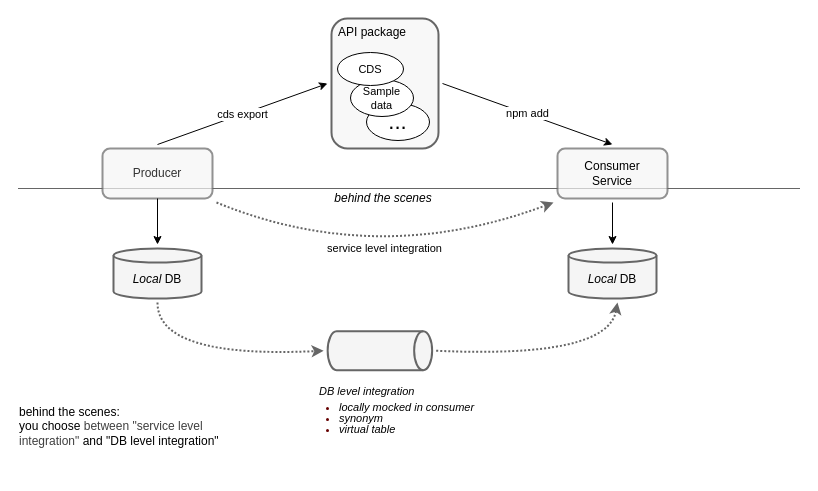
Earlier version of the draw.io diagram assets/images/i_0010.drawio (SAP-samples/teched2025-AD161). Source tidied: cells renumbered, new cells numbered last; positions are measured from the earlier drawing's top-left corner, leaving out a move shared by most shapes. Both pictures are drawn from the tidied source at 100%, with x=0, y=0 at pixel (17, 18).
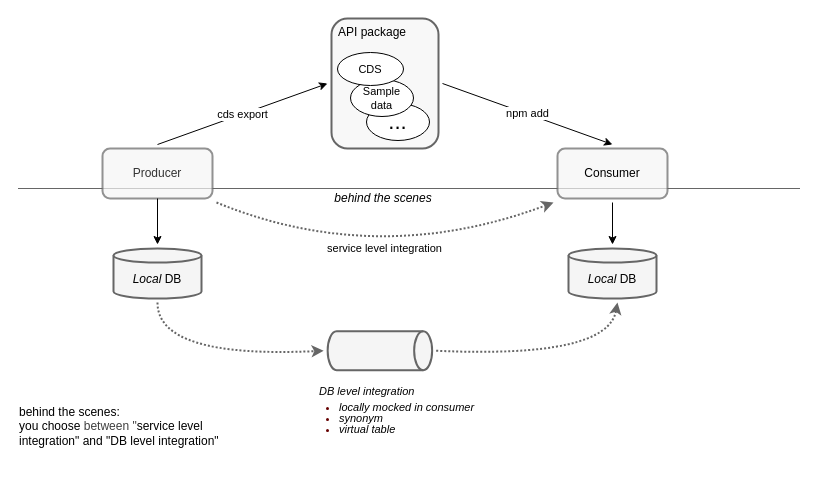
The same diagram, later.

What changed in the source:
```diff
@@
-    <mxCell id="5" value="Consumer&lt;br&gt;Service" style="rounded=1;whiteSpace=wrap;html=1;strokeWidth=2;perimeterSpacing=4;fillColor=light-dark(#f5f5f5, #512d2b);strokeColor=light-dark(#666666, #446e2c);opacity=70;" parent="1" vertex="1">
+    <mxCell id="5" value="Consumer" style="rounded=1;whiteSpace=wrap;html=1;strokeWidth=2;perimeterSpacing=4;fillColor=light-dark(#f5f5f5, #512d2b);strokeColor=light-dark(#666666, #446e2c);opacity=70;" parent="1" vertex="1">
       <mxGeometry x="540" y="130" width="110" height="50" as="geometry" />
     </mxCell>
@@
-    <mxCell id="22" value="&lt;span style=&quot;font-style: normal;&quot;&gt;behind the scenes:&lt;/span&gt;&lt;div&gt;&lt;span style=&quot;font-style: normal;&quot;&gt;you choose&amp;nbsp;&lt;/span&gt;&lt;span style=&quot;color: rgb(63, 63, 63); font-style: normal; background-color: transparent;&quot;&gt;between&amp;nbsp;&lt;/span&gt;&lt;span style=&quot;font-style: normal; background-color: transparent; color: rgb(63, 63, 63);&quot;&gt;&quot;service level integration&quot;&amp;nbsp;&lt;/span&gt;&lt;span style=&quot;background-color: transparent; font-style: normal;&quot;&gt;and &quot;DB level integration&quot;&lt;/span&gt;&lt;/div&gt;" style="text;html=1;align=left;verticalAlign=middle;whiteSpace=wrap;rounded=0;fontFamily=Helvetica;fontSize=12;fontColor=#000000;labelBackgroundColor=none;fontStyle=2;" parent="1" vertex="1">
+    <mxCell id="22" value="&lt;span style=&quot;font-style: normal;&quot;&gt;&lt;font style=&quot;color: rgb(0, 0, 0);&quot;&gt;behind the scenes:&lt;/font&gt;&lt;/span&gt;&lt;div&gt;&lt;font style=&quot;color: rgb(0, 0, 0);&quot;&gt;&lt;span style=&quot;font-style: normal;&quot;&gt;you choose&amp;nbsp;&lt;/span&gt;&lt;span style=&quot;font-style: normal; background-color: transparent; color: rgb(63, 63, 63);&quot;&gt;between&amp;nbsp;&lt;/span&gt;&lt;span style=&quot;font-style: normal; background-color: transparent; color: rgb(63, 63, 63);&quot;&gt;&quot;&lt;/span&gt;&lt;span style=&quot;font-style: normal; background-color: transparent; color: rgb(63, 63, 63);&quot;&gt;&lt;font style=&quot;color: rgb(0, 0, 0);&quot;&gt;service level integration&quot;&amp;nbsp;&lt;/font&gt;&lt;/span&gt;&lt;span style=&quot;background-color: transparent; font-style: normal;&quot;&gt;&lt;font style=&quot;color: rgb(0, 0, 0);&quot;&gt;and &quot;DB level &lt;/font&gt;integration&quot;&lt;/span&gt;&lt;/font&gt;&lt;/div&gt;" style="text;html=1;align=left;verticalAlign=middle;whiteSpace=wrap;rounded=0;fontFamily=Helvetica;fontSize=12;fontColor=#000000;labelBackgroundColor=none;fontStyle=2;" parent="1" vertex="1">
       <mxGeometry y="372.9" width="210" height="69.8" as="geometry" />
     </mxCell>
```
